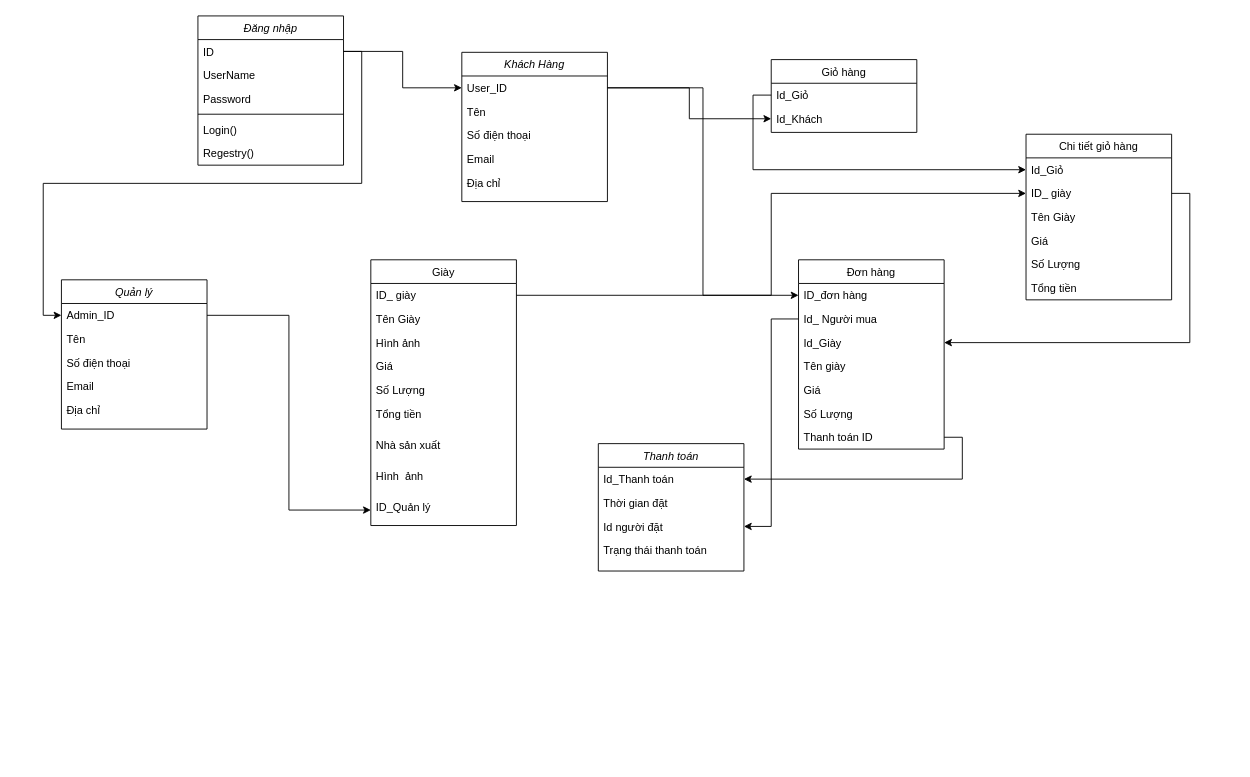
LuuNv025/kfc_web keeps this draw.io diagram as Biểu đồ không có tiêu đề.drawio. Above is the earlier version. Source tidied: cells renumbered, new cells numbered last; positions are measured from the earlier drawing's top-left corner, leaving out a move shared by most shapes. Both pictures are drawn from the tidied source at 91%, with x=0, y=0 at pixel (61, 15).
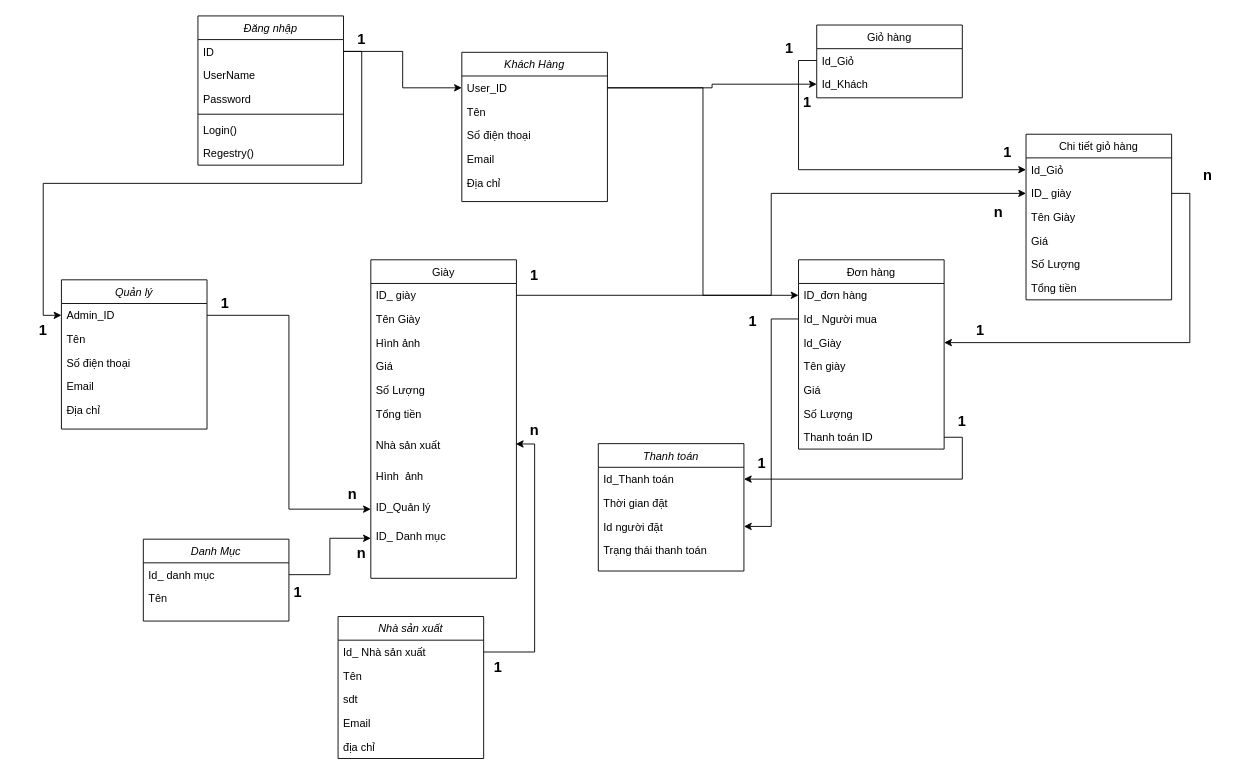
After the change.

Commit message (it also covers changes not shown here):
Cập nhật Biểu đồ không có tiêu đề.drawio

The change refers to these unchanged cells:
```xml
<mxCell id="38" value="Nhà sản xuất" style="text;align=left;verticalAlign=top;spacingLeft=4;spacingRight=4;overflow=hidden;points=[[0,0.5],[1,0.5]];portConstraint=eastwest;rounded=0;shadow=0;html=0;" parent="31" vertex="1">
  <mxGeometry y="190" width="160" height="34" as="geometry" />
</mxCell>
```

Diff of the diagram source:
```diff
@@
     <mxCell id="8" value="Giỏ hàng" style="swimlane;fontStyle=0;align=center;verticalAlign=top;horizontal=1;startSize=26;rounded=0;shadow=0;strokeWidth=1;" parent="1" vertex="1">
-      <mxGeometry x="780" y="48" width="160" height="80" as="geometry" />
+      <mxGeometry x="830" y="10" width="160" height="80" as="geometry" />
     </mxCell>
@@
     <mxCell id="31" value="Giày" style="swimlane;fontStyle=0;align=center;verticalAlign=top;horizontal=1;startSize=26;rounded=0;shadow=0;strokeWidth=1;" parent="1" vertex="1">
-      <mxGeometry x="340" y="268" width="160" height="292" as="geometry" />
+      <mxGeometry x="340" y="268" width="160" height="350" as="geometry" />
     </mxCell>
@@
     <mxCell id="40" value="ID_Quản lý" style="text;align=left;verticalAlign=top;spacingLeft=4;spacingRight=4;overflow=hidden;points=[[0,0.5],[1,0.5]];portConstraint=eastwest;rounded=0;shadow=0;html=0;" parent="31" vertex="1">
-      <mxGeometry y="258" width="160" height="34" as="geometry" />
+      <mxGeometry y="258" width="160" height="32" as="geometry" />
     </mxCell>
+    <mxCell id="64" value="ID_ Danh mục" style="text;align=left;verticalAlign=top;spacingLeft=4;spacingRight=4;overflow=hidden;points=[[0,0.5],[1,0.5]];portConstraint=eastwest;rounded=0;shadow=0;html=0;" parent="31" vertex="1">
+      <mxGeometry y="290" width="160" height="32" as="geometry" />
+    </mxCell>
@@
+    <mxCell id="65" value="&lt;b style=&quot;font-size: 16px;&quot;&gt;n&lt;/b&gt;" style="text;html=1;strokeColor=none;fillColor=none;align=center;verticalAlign=middle;whiteSpace=wrap;rounded=0;" parent="1" vertex="1">
+      <mxGeometry x="1000" y="200" width="60" height="30" as="geometry" />
+    </mxCell>
+    <mxCell id="66" value="&lt;b style=&quot;font-size: 16px;&quot;&gt;n&lt;/b&gt;" style="text;html=1;strokeColor=none;fillColor=none;align=center;verticalAlign=middle;whiteSpace=wrap;rounded=0;" parent="1" vertex="1">
+      <mxGeometry x="290" y="510" width="60" height="30" as="geometry" />
+    </mxCell>
+    <mxCell id="67" value="&lt;b style=&quot;font-size: 16px;&quot;&gt;1&lt;/b&gt;" style="text;html=1;strokeColor=none;fillColor=none;align=center;verticalAlign=middle;whiteSpace=wrap;rounded=0;" parent="1" vertex="1">
+      <mxGeometry x="300" y="10" width="60" height="30" as="geometry" />
+    </mxCell>
+    <mxCell id="68" value="&lt;b style=&quot;font-size: 16px;&quot;&gt;1&lt;/b&gt;" style="text;html=1;strokeColor=none;fillColor=none;align=center;verticalAlign=middle;whiteSpace=wrap;rounded=0;" parent="1" vertex="1">
+      <mxGeometry x="-50" y="330" width="60" height="30" as="geometry" />
+    </mxCell>
+    <mxCell id="69" value="&lt;b style=&quot;font-size: 16px;&quot;&gt;1&lt;/b&gt;" style="text;html=1;strokeColor=none;fillColor=none;align=center;verticalAlign=middle;whiteSpace=wrap;rounded=0;" parent="1" vertex="1">
+      <mxGeometry x="150" y="300" width="60" height="30" as="geometry" />
+    </mxCell>
+    <mxCell id="70" value="&lt;b style=&quot;font-size: 16px;&quot;&gt;1&lt;/b&gt;" style="text;html=1;strokeColor=none;fillColor=none;align=center;verticalAlign=middle;whiteSpace=wrap;rounded=0;" parent="1" vertex="1">
+      <mxGeometry x="490" y="270" width="60" height="30" as="geometry" />
+    </mxCell>
+    <mxCell id="71" value="&lt;b style=&quot;font-size: 16px;&quot;&gt;1&lt;/b&gt;" style="text;html=1;strokeColor=none;fillColor=none;align=center;verticalAlign=middle;whiteSpace=wrap;rounded=0;" parent="1" vertex="1">
+      <mxGeometry x="790" y="80" width="60" height="30" as="geometry" />
+    </mxCell>
+    <mxCell id="72" value="&lt;b style=&quot;font-size: 16px;&quot;&gt;1&lt;/b&gt;" style="text;html=1;strokeColor=none;fillColor=none;align=center;verticalAlign=middle;whiteSpace=wrap;rounded=0;" parent="1" vertex="1">
+      <mxGeometry x="770" y="20" width="60" height="30" as="geometry" />
+    </mxCell>
+    <mxCell id="73" value="&lt;b style=&quot;font-size: 16px;&quot;&gt;1&lt;/b&gt;" style="text;html=1;strokeColor=none;fillColor=none;align=center;verticalAlign=middle;whiteSpace=wrap;rounded=0;" parent="1" vertex="1">
+      <mxGeometry x="1010" y="134" width="60" height="30" as="geometry" />
+    </mxCell>
+    <mxCell id="74" value="&lt;b style=&quot;font-size: 16px;&quot;&gt;n&lt;/b&gt;" style="text;html=1;strokeColor=none;fillColor=none;align=center;verticalAlign=middle;whiteSpace=wrap;rounded=0;" parent="1" vertex="1">
+      <mxGeometry x="1230" y="160" width="60" height="30" as="geometry" />
+    </mxCell>
+    <mxCell id="75" value="&lt;b style=&quot;font-size: 16px;&quot;&gt;1&lt;/b&gt;" style="text;html=1;strokeColor=none;fillColor=none;align=center;verticalAlign=middle;whiteSpace=wrap;rounded=0;" parent="1" vertex="1">
+      <mxGeometry x="980" y="330" width="60" height="30" as="geometry" />
+    </mxCell>
+    <mxCell id="76" value="&lt;b style=&quot;font-size: 16px;&quot;&gt;1&lt;/b&gt;" style="text;html=1;strokeColor=none;fillColor=none;align=center;verticalAlign=middle;whiteSpace=wrap;rounded=0;" parent="1" vertex="1">
+      <mxGeometry x="960" y="430" width="60" height="30" as="geometry" />
+    </mxCell>
+    <mxCell id="77" value="&lt;b style=&quot;font-size: 16px;&quot;&gt;1&lt;/b&gt;" style="text;html=1;strokeColor=none;fillColor=none;align=center;verticalAlign=middle;whiteSpace=wrap;rounded=0;" parent="1" vertex="1">
+      <mxGeometry x="740" y="476" width="60" height="30" as="geometry" />
+    </mxCell>
+    <mxCell id="78" value="&lt;b style=&quot;font-size: 16px;&quot;&gt;1&lt;/b&gt;" style="text;html=1;strokeColor=none;fillColor=none;align=center;verticalAlign=middle;whiteSpace=wrap;rounded=0;" parent="1" vertex="1">
+      <mxGeometry x="730" y="320" width="60" height="30" as="geometry" />
+    </mxCell>
+    <mxCell id="79" value="Danh Mục" style="swimlane;fontStyle=2;align=center;verticalAlign=top;horizontal=1;startSize=26;rounded=0;shadow=0;strokeWidth=1;" parent="1" vertex="1">
+      <mxGeometry x="90" y="575" width="160" height="90" as="geometry" />
+    </mxCell>
+    <mxCell id="80" value="Id_ danh mục" style="text;align=left;verticalAlign=top;spacingLeft=4;spacingRight=4;overflow=hidden;points=[[0,0.5],[1,0.5]];portConstraint=eastwest;" parent="79" vertex="1">
+      <mxGeometry y="26" width="160" height="26" as="geometry" />
+    </mxCell>
+    <mxCell id="81" value="Tên" style="text;align=left;verticalAlign=top;spacingLeft=4;spacingRight=4;overflow=hidden;rounded=0;shadow=0;html=0;" parent="79" vertex="1">
+      <mxGeometry y="52" width="160" height="26" as="geometry" />
+    </mxCell>
+    <mxCell id="82" style="edgeStyle=orthogonalEdgeStyle;rounded=0;jettySize=auto;html=1;exitX=1;exitY=0.5;exitDx=0;exitDy=0;entryX=0;entryY=0.5;entryDx=0;entryDy=0;" parent="1" edge="1" source="80" target="64">
+      <mxGeometry relative="1" as="geometry" />
+    </mxCell>
+    <mxCell id="83" value="&lt;b style=&quot;font-size: 16px;&quot;&gt;1&lt;/b&gt;" style="text;html=1;strokeColor=none;fillColor=none;align=center;verticalAlign=middle;whiteSpace=wrap;rounded=0;" parent="1" vertex="1">
+      <mxGeometry x="230" y="618" width="60" height="30" as="geometry" />
+    </mxCell>
+    <mxCell id="84" value="&lt;b style=&quot;font-size: 16px;&quot;&gt;n&lt;/b&gt;" style="text;html=1;strokeColor=none;fillColor=none;align=center;verticalAlign=middle;whiteSpace=wrap;rounded=0;" parent="1" vertex="1">
+      <mxGeometry x="300" y="575" width="60" height="30" as="geometry" />
+    </mxCell>
+    <mxCell id="85" value="Nhà sản xuất" style="swimlane;fontStyle=2;align=center;verticalAlign=top;horizontal=1;startSize=26;rounded=0;shadow=0;strokeWidth=1;" parent="1" vertex="1">
+      <mxGeometry x="304" y="660" width="160" height="156" as="geometry" />
+    </mxCell>
+    <mxCell id="86" value="Id_ Nhà sản xuất" style="text;align=left;verticalAlign=top;spacingLeft=4;spacingRight=4;overflow=hidden;points=[[0,0.5],[1,0.5]];portConstraint=eastwest;" parent="85" vertex="1">
+      <mxGeometry y="26" width="160" height="26" as="geometry" />
+    </mxCell>
+    <mxCell id="87" value="Tên" style="text;align=left;verticalAlign=top;spacingLeft=4;spacingRight=4;overflow=hidden;rounded=0;shadow=0;html=0;" parent="85" vertex="1">
+      <mxGeometry y="52" width="160" height="26" as="geometry" />
+    </mxCell>
+    <mxCell id="88" value="sdt" style="text;align=left;verticalAlign=top;spacingLeft=4;spacingRight=4;overflow=hidden;rounded=0;shadow=0;html=0;" parent="85" vertex="1">
+      <mxGeometry y="78" width="160" height="26" as="geometry" />
+    </mxCell>
+    <mxCell id="89" value="Email&#10;" style="text;align=left;verticalAlign=top;spacingLeft=4;spacingRight=4;overflow=hidden;rounded=0;shadow=0;html=0;" parent="85" vertex="1">
+      <mxGeometry y="104" width="160" height="26" as="geometry" />
+    </mxCell>
+    <mxCell id="90" value="địa chỉ" style="text;align=left;verticalAlign=top;spacingLeft=4;spacingRight=4;overflow=hidden;rounded=0;shadow=0;html=0;" parent="85" vertex="1">
+      <mxGeometry y="130" width="160" height="26" as="geometry" />
+    </mxCell>
+    <mxCell id="91" style="edgeStyle=orthogonalEdgeStyle;rounded=0;jettySize=auto;html=1;exitX=1;exitY=0.5;exitDx=0;exitDy=0;entryX=0.996;entryY=0.364;entryDx=0;entryDy=0;entryPerimeter=0;" parent="1" edge="1" source="86" target="38">
+      <mxGeometry relative="1" as="geometry" />
+    </mxCell>
+    <mxCell id="92" value="&lt;b style=&quot;font-size: 16px;&quot;&gt;n&lt;/b&gt;" style="text;html=1;strokeColor=none;fillColor=none;align=center;verticalAlign=middle;whiteSpace=wrap;rounded=0;" parent="1" vertex="1">
+      <mxGeometry x="490" y="440" width="60" height="30" as="geometry" />
+    </mxCell>
+    <mxCell id="93" value="&lt;b style=&quot;font-size: 16px;&quot;&gt;1&lt;/b&gt;" style="text;html=1;strokeColor=none;fillColor=none;align=center;verticalAlign=middle;whiteSpace=wrap;rounded=0;" parent="1" vertex="1">
+      <mxGeometry x="450" y="700" width="60" height="30" as="geometry" />
+    </mxCell>
```
